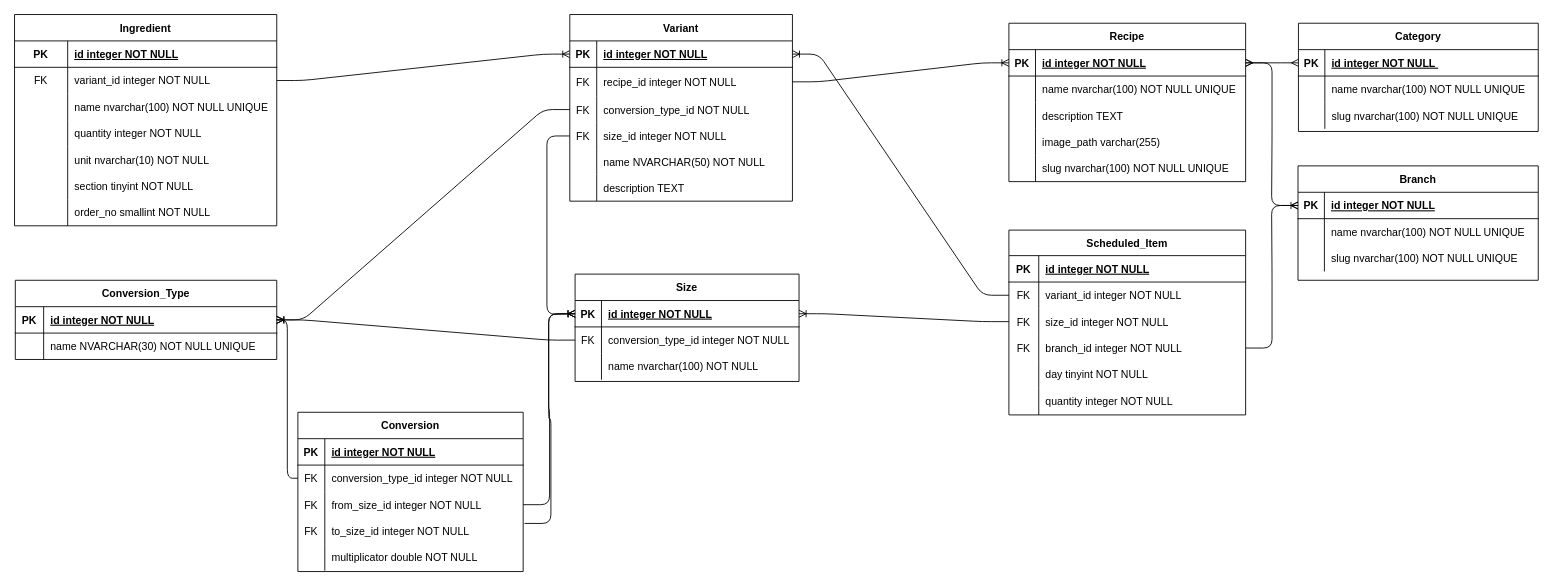
Earlier version of the draw.io diagram documentation/ERM.drawio (MetaEMK/RecipeManager_Backend). Source tidied: cells renumbered, new cells numbered last; positions are measured from the earlier drawing's top-left corner, leaving out a move shared by most shapes. Both pictures are drawn from the tidied source at 88%, with x=0, y=0 at pixel (14, 14).
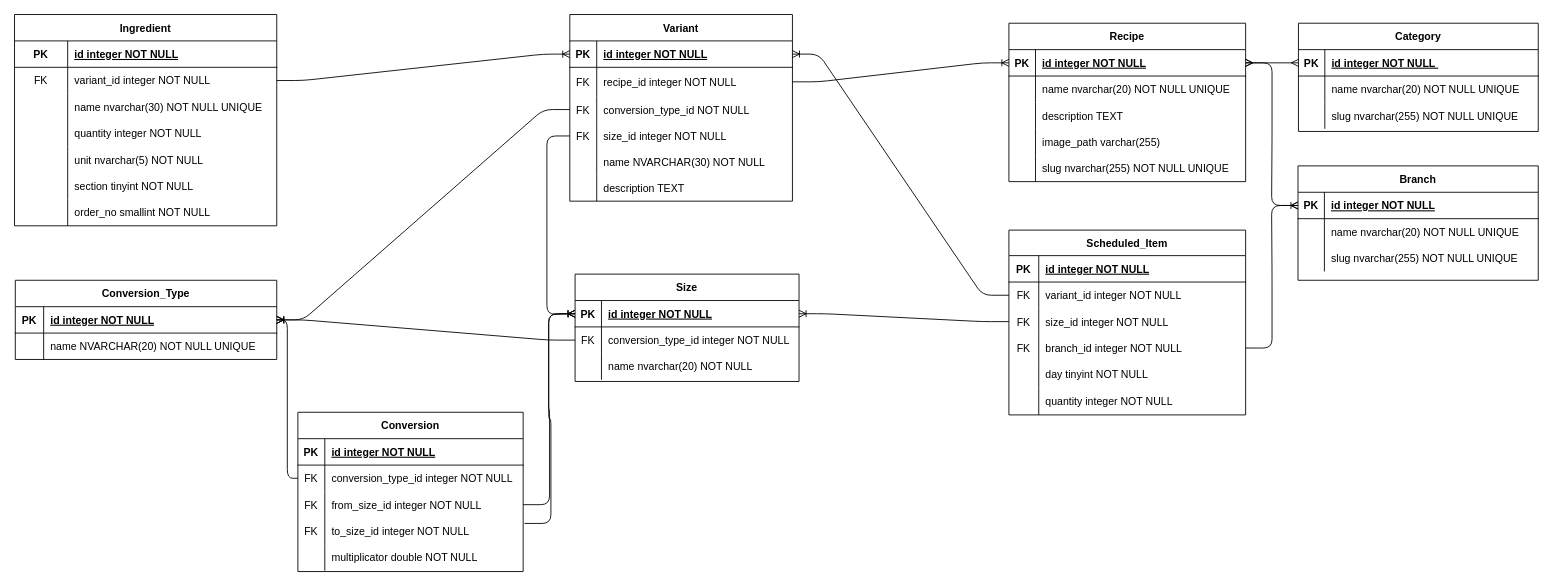
The same page after the edit.

The change refers to these unchanged cells:
```xml
<mxCell id="6" style="shape=partialRectangle;fillColor=none;top=0;left=0;right=0;bottom=0;" parent="2" vertex="1">
  <mxGeometry y="60" width="272.5" height="30" as="geometry" />
</mxCell>
<mxCell id="9" style="shape=partialRectangle;fillColor=none;top=0;left=0;bottom=0;right=0;" parent="2" vertex="1">
  <mxGeometry y="90" width="272.5" height="30" as="geometry" />
</mxCell>
<mxCell id="16" style="shape=partialRectangle;fillColor=none;top=0;left=0;bottom=0;right=0;" parent="12" vertex="1">
  <mxGeometry y="60" width="269" height="30" as="geometry" />
</mxCell>
<mxCell id="25" style="shape=partialRectangle;fillColor=none;top=0;left=0;bottom=0;right=0;" parent="12" vertex="1">
  <mxGeometry y="150" width="269" height="30" as="geometry" />
</mxCell>
<mxCell id="54" style="shape=partialRectangle;fillColor=none;top=0;left=0;bottom=0;right=0;" parent="47" vertex="1">
  <mxGeometry y="90" width="298" height="30" as="geometry" />
</mxCell>
<mxCell id="60" style="shape=partialRectangle;fillColor=none;top=0;left=0;bottom=0;right=0;" parent="47" vertex="1">
  <mxGeometry y="150" width="298" height="30" as="geometry" />
</mxCell>
<mxCell id="82" style="shape=partialRectangle;fillColor=none;top=0;left=0;bottom=0;right=0;" parent="69" vertex="1">
  <mxGeometry y="153" width="253" height="29" as="geometry" />
</mxCell>
<mxCell id="92" style="shape=partialRectangle;fillColor=none;top=0;left=0;bottom=0;right=0;" parent="88" vertex="1">
  <mxGeometry y="60" width="297.1" height="30" as="geometry" />
</mxCell>
<mxCell id="102" style="shape=partialRectangle;fillColor=none;top=0;left=0;bottom=0;right=0;" parent="95" vertex="1">
  <mxGeometry y="90" width="254.5" height="30" as="geometry" />
</mxCell>
<mxCell id="125" style="shape=partialRectangle;fillColor=none;top=0;left=0;bottom=0;right=0;" parent="121" vertex="1">
  <mxGeometry y="60" width="273" height="30" as="geometry" />
</mxCell>
<mxCell id="128" style="shape=partialRectangle;fillColor=none;top=0;left=0;bottom=0;right=0;" parent="121" vertex="1">
  <mxGeometry y="90" width="273" height="30" as="geometry" />
</mxCell>
```

What changed in the source:
```diff
@@
-    <mxCell id="8" value="name nvarchar(100) NOT NULL UNIQUE" style="shape=partialRectangle;overflow=hidden;fillColor=none;top=0;left=0;bottom=0;right=0;align=left;spacingLeft=6;" parent="6" vertex="1">
+    <mxCell id="8" value="name nvarchar(20) NOT NULL UNIQUE" style="shape=partialRectangle;overflow=hidden;fillColor=none;top=0;left=0;bottom=0;right=0;align=left;spacingLeft=6;" parent="6" vertex="1">
       <mxGeometry x="30" width="242.5" height="30" as="geometry" />
     </mxCell>
@@
-    <mxCell id="11" value="slug nvarchar(100) NOT NULL UNIQUE" style="shape=partialRectangle;fillColor=none;top=0;left=0;bottom=0;right=0;align=left;spacingLeft=6;overflow=hidden;" parent="9" vertex="1">
+    <mxCell id="11" value="slug nvarchar(255) NOT NULL UNIQUE" style="shape=partialRectangle;fillColor=none;top=0;left=0;bottom=0;right=0;align=left;spacingLeft=6;overflow=hidden;" parent="9" vertex="1">
       <mxGeometry x="30" width="242.5" height="30" as="geometry" />
     </mxCell>
@@
-    <mxCell id="18" value="name nvarchar(100) NOT NULL UNIQUE" style="shape=partialRectangle;fillColor=none;top=0;left=0;bottom=0;right=0;align=left;spacingLeft=6;overflow=hidden;" parent="16" vertex="1">
+    <mxCell id="18" value="name nvarchar(20) NOT NULL UNIQUE" style="shape=partialRectangle;fillColor=none;top=0;left=0;bottom=0;right=0;align=left;spacingLeft=6;overflow=hidden;" parent="16" vertex="1">
       <mxGeometry x="30.2" width="238.7" height="30" as="geometry" />
     </mxCell>
@@
-    <mxCell id="27" value="slug nvarchar(100) NOT NULL UNIQUE" style="shape=partialRectangle;fillColor=none;top=0;left=0;bottom=0;right=0;align=left;spacingLeft=6;overflow=hidden;" parent="25" vertex="1">
+    <mxCell id="27" value="slug nvarchar(255) NOT NULL UNIQUE" style="shape=partialRectangle;fillColor=none;top=0;left=0;bottom=0;right=0;align=left;spacingLeft=6;overflow=hidden;" parent="25" vertex="1">
       <mxGeometry x="30.2" width="238.7" height="30" as="geometry" />
     </mxCell>
@@
-    <mxCell id="56" value="name nvarchar(100) NOT NULL UNIQUE" style="shape=partialRectangle;fillColor=none;top=0;left=0;bottom=0;right=0;align=left;spacingLeft=6;fontStyle=0;overflow=hidden;" parent="54" vertex="1">
+    <mxCell id="56" value="name nvarchar(30) NOT NULL UNIQUE" style="shape=partialRectangle;fillColor=none;top=0;left=0;bottom=0;right=0;align=left;spacingLeft=6;fontStyle=0;overflow=hidden;" parent="54" vertex="1">
       <mxGeometry x="60.4" width="237.6" height="30" as="geometry" />
     </mxCell>
@@
-    <mxCell id="62" value="unit nvarchar(10) NOT NULL" style="shape=partialRectangle;fillColor=none;top=0;left=0;bottom=0;right=0;align=left;spacingLeft=6;overflow=hidden;" parent="60" vertex="1">
+    <mxCell id="62" value="unit nvarchar(5) NOT NULL" style="shape=partialRectangle;fillColor=none;top=0;left=0;bottom=0;right=0;align=left;spacingLeft=6;overflow=hidden;" parent="60" vertex="1">
       <mxGeometry x="60.4" width="237.6" height="30" as="geometry" />
     </mxCell>
@@
-    <mxCell id="84" value="name NVARCHAR(50) NOT NULL" style="shape=partialRectangle;fillColor=none;top=0;left=0;bottom=0;right=0;align=left;spacingLeft=6;overflow=hidden;" parent="82" vertex="1">
+    <mxCell id="84" value="name NVARCHAR(30) NOT NULL" style="shape=partialRectangle;fillColor=none;top=0;left=0;bottom=0;right=0;align=left;spacingLeft=6;overflow=hidden;" parent="82" vertex="1">
       <mxGeometry x="30.6" width="222.4" height="29" as="geometry" />
     </mxCell>
@@
-    <mxCell id="94" value="name NVARCHAR(30) NOT NULL UNIQUE" style="shape=partialRectangle;fillColor=none;top=0;left=0;bottom=0;right=0;align=left;spacingLeft=6;overflow=hidden;" parent="92" vertex="1">
+    <mxCell id="94" value="name NVARCHAR(20) NOT NULL UNIQUE" style="shape=partialRectangle;fillColor=none;top=0;left=0;bottom=0;right=0;align=left;spacingLeft=6;overflow=hidden;" parent="92" vertex="1">
       <mxGeometry x="32.2" width="264.9" height="30" as="geometry" />
     </mxCell>
@@
-    <mxCell id="104" value="name nvarchar(100) NOT NULL" style="shape=partialRectangle;fillColor=none;top=0;left=0;bottom=0;right=0;align=left;spacingLeft=6;overflow=hidden;" parent="102" vertex="1">
+    <mxCell id="104" value="name nvarchar(20) NOT NULL" style="shape=partialRectangle;fillColor=none;top=0;left=0;bottom=0;right=0;align=left;spacingLeft=6;overflow=hidden;" parent="102" vertex="1">
       <mxGeometry x="30" width="224.5" height="30" as="geometry" />
     </mxCell>
@@
-    <mxCell id="127" value="name nvarchar(100) NOT NULL UNIQUE" style="shape=partialRectangle;fillColor=none;top=0;left=0;bottom=0;right=0;align=left;spacingLeft=6;overflow=hidden;" parent="125" vertex="1">
+    <mxCell id="127" value="name nvarchar(20) NOT NULL UNIQUE" style="shape=partialRectangle;fillColor=none;top=0;left=0;bottom=0;right=0;align=left;spacingLeft=6;overflow=hidden;" parent="125" vertex="1">
       <mxGeometry x="30" width="243" height="30" as="geometry" />
     </mxCell>
@@
-    <mxCell id="130" value="slug nvarchar(100) NOT NULL UNIQUE" style="shape=partialRectangle;fillColor=none;top=0;left=0;bottom=0;right=0;align=left;spacingLeft=6;overflow=hidden;" parent="128" vertex="1">
+    <mxCell id="130" value="slug nvarchar(255) NOT NULL UNIQUE" style="shape=partialRectangle;fillColor=none;top=0;left=0;bottom=0;right=0;align=left;spacingLeft=6;overflow=hidden;" parent="128" vertex="1">
       <mxGeometry x="30" width="243" height="30" as="geometry" />
     </mxCell>
```
